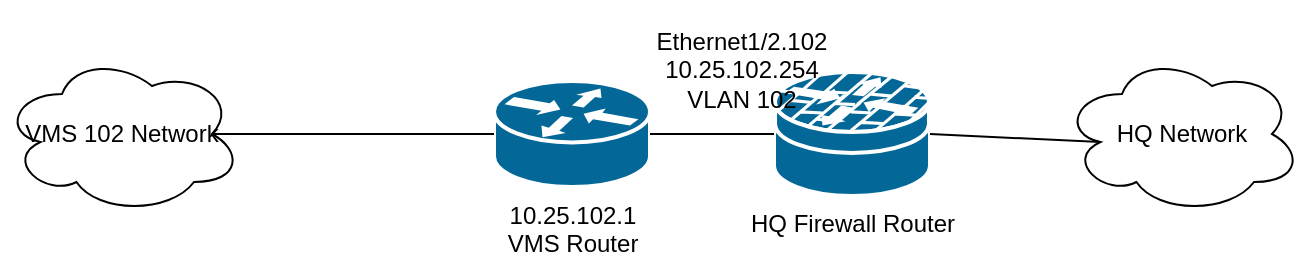
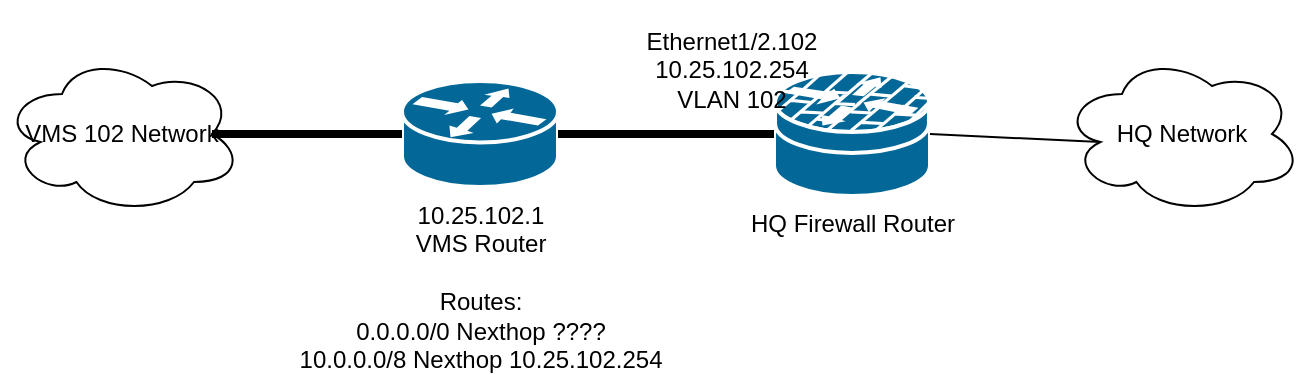
<mxfile host="app.diagrams.net">
  <diagram name="Page-1" id="4S8Gl4sf2LsPPyjwvW3X">
    <mxGraphModel dx="1400" dy="729" grid="1" gridSize="10" guides="1" tooltips="1" connect="1" arrows="1" fold="1" page="1" pageScale="1" pageWidth="850" pageHeight="1100" math="0" shadow="0">
      <root>
        <mxCell id="0" />
        <mxCell id="1" parent="0" />
-         <mxCell id="08-S4UHzcj1Pybimo4jH-1" parent="1" style="strokeColor=#ffffff;sketch=0;html=1;pointerEvents=1;dashed=0;fillColor=#036897;strokeWidth=2;verticalLabelPosition=bottom;verticalAlign=top;align=center;outlineConnect=0;shape=mxgraph.cisco.routers.router;" value="10.25.102.1&lt;div&gt;VMS Router&lt;/div&gt;" vertex="1">
-           <mxGeometry height="53" width="78" x="246" y="280.5" as="geometry" />
+         <mxCell id="08-S4UHzcj1Pybimo4jH-1" parent="1" style="strokeColor=#ffffff;sketch=0;html=1;pointerEvents=1;dashed=0;fillColor=#036897;strokeWidth=2;verticalLabelPosition=bottom;verticalAlign=top;align=center;outlineConnect=0;shape=mxgraph.cisco.routers.router;" value="10.25.102.1&lt;div&gt;VMS Router&lt;/div&gt;&lt;div&gt;&lt;br&gt;&lt;/div&gt;&lt;div&gt;Routes:&lt;/div&gt;&lt;div&gt;0.0.0.0/0 Nexthop ????&lt;/div&gt;&lt;div&gt;10.0.0.0/8 Nexthop 10.25.102.254&lt;/div&gt;" vertex="1">
+           <mxGeometry height="53" width="78" x="200" y="280.5" as="geometry" />
        </mxCell>
        <mxCell id="08-S4UHzcj1Pybimo4jH-2" parent="1" style="shape=mxgraph.cisco.security.router_firewall;sketch=0;html=1;pointerEvents=1;dashed=0;fillColor=#036897;strokeColor=#ffffff;strokeWidth=2;verticalLabelPosition=bottom;verticalAlign=top;align=center;outlineConnect=0;" value="&lt;div&gt;HQ Firewall Router&lt;/div&gt;" vertex="1">
          <mxGeometry height="62" width="78" x="386" y="276" as="geometry" />
        </mxCell>
-         <mxCell id="08-S4UHzcj1Pybimo4jH-4" edge="1" parent="1" source="08-S4UHzcj1Pybimo4jH-1" style="endArrow=none;html=1;rounded=0;entryX=0;entryY=0.5;entryDx=0;entryDy=0;entryPerimeter=0;exitX=1;exitY=0.5;exitDx=0;exitDy=0;exitPerimeter=0;" target="08-S4UHzcj1Pybimo4jH-2" value="">
+         <mxCell id="08-S4UHzcj1Pybimo4jH-4" edge="1" parent="1" source="08-S4UHzcj1Pybimo4jH-1" style="endArrow=none;html=1;rounded=0;entryX=0;entryY=0.5;entryDx=0;entryDy=0;entryPerimeter=0;exitX=1;exitY=0.5;exitDx=0;exitDy=0;exitPerimeter=0;strokeColor=light-dark(#000000,#9999FF);strokeWidth=4;align=center;verticalAlign=middle;fontFamily=Helvetica;fontSize=11;fontColor=default;labelBackgroundColor=default;" target="08-S4UHzcj1Pybimo4jH-2" value="">
          <mxGeometry height="50" relative="1" width="50" as="geometry">
            <mxPoint x="330" y="307" as="sourcePoint" />
            <mxPoint x="290" y="290.5" as="targetPoint" />
          </mxGeometry>
        </mxCell>
        <mxCell id="08-S4UHzcj1Pybimo4jH-6" parent="1" style="text;html=1;whiteSpace=wrap;strokeColor=none;fillColor=none;align=center;verticalAlign=middle;rounded=0;" value="&lt;div&gt;Ethernet1/2.102&lt;/div&gt;10.25.102.254&lt;div&gt;VLAN 102&lt;/div&gt;" vertex="1">
-           <mxGeometry height="70" width="120" x="310" y="240" as="geometry" />
+           <mxGeometry height="70" width="120" x="305" y="240" as="geometry" />
        </mxCell>
        <mxCell id="08-S4UHzcj1Pybimo4jH-7" parent="1" style="ellipse;shape=cloud;whiteSpace=wrap;html=1;" value="VMS 102 Network" vertex="1">
          <mxGeometry height="80" width="120" y="267" as="geometry" />
        </mxCell>
-         <mxCell id="08-S4UHzcj1Pybimo4jH-8" edge="1" parent="1" source="08-S4UHzcj1Pybimo4jH-7" style="endArrow=none;html=1;rounded=0;entryX=0;entryY=0.5;entryDx=0;entryDy=0;entryPerimeter=0;exitX=0.875;exitY=0.5;exitDx=0;exitDy=0;exitPerimeter=0;" target="08-S4UHzcj1Pybimo4jH-1" value="">
+         <mxCell id="08-S4UHzcj1Pybimo4jH-8" edge="1" parent="1" source="08-S4UHzcj1Pybimo4jH-7" style="endArrow=none;html=1;rounded=0;entryX=0;entryY=0.5;entryDx=0;entryDy=0;entryPerimeter=0;exitX=0.875;exitY=0.5;exitDx=0;exitDy=0;exitPerimeter=0;strokeWidth=4;strokeColor=light-dark(#000000,#9999FF);" target="08-S4UHzcj1Pybimo4jH-1" value="">
          <mxGeometry height="50" relative="1" width="50" as="geometry">
            <mxPoint x="290" y="458.5" as="sourcePoint" />
            <mxPoint x="290" y="290.5" as="targetPoint" />
          </mxGeometry>
        </mxCell>
        <mxCell id="08-S4UHzcj1Pybimo4jH-9" edge="1" parent="1" source="08-S4UHzcj1Pybimo4jH-10" style="endArrow=none;html=1;rounded=0;entryX=1;entryY=0.5;entryDx=0;entryDy=0;entryPerimeter=0;exitX=0.16;exitY=0.55;exitDx=0;exitDy=0;exitPerimeter=0;" target="08-S4UHzcj1Pybimo4jH-2" value="">
          <mxGeometry height="50" relative="1" width="50" as="geometry">
            <mxPoint x="600" y="300" as="sourcePoint" />
            <mxPoint x="430" y="290.5" as="targetPoint" />
          </mxGeometry>
        </mxCell>
        <mxCell id="08-S4UHzcj1Pybimo4jH-10" parent="1" style="ellipse;shape=cloud;whiteSpace=wrap;html=1;" value="HQ Network" vertex="1">
          <mxGeometry height="80" width="120" x="530" y="267" as="geometry" />
        </mxCell>
      </root>
    </mxGraphModel>
  </diagram>
</mxfile>
